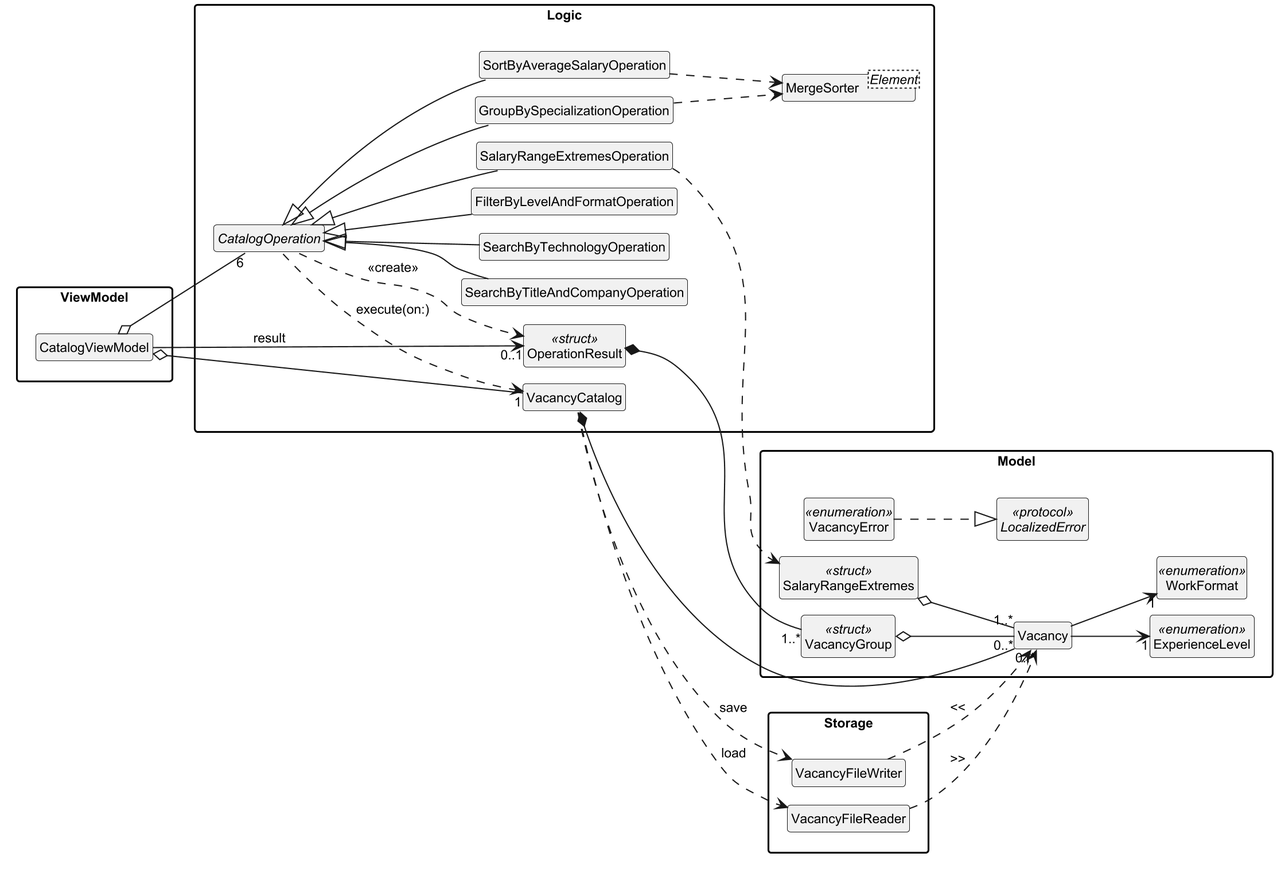
The PlantUML diagram docs/uml/2-classes/1-overview.png in goosedum/kursova-1, before a commit.
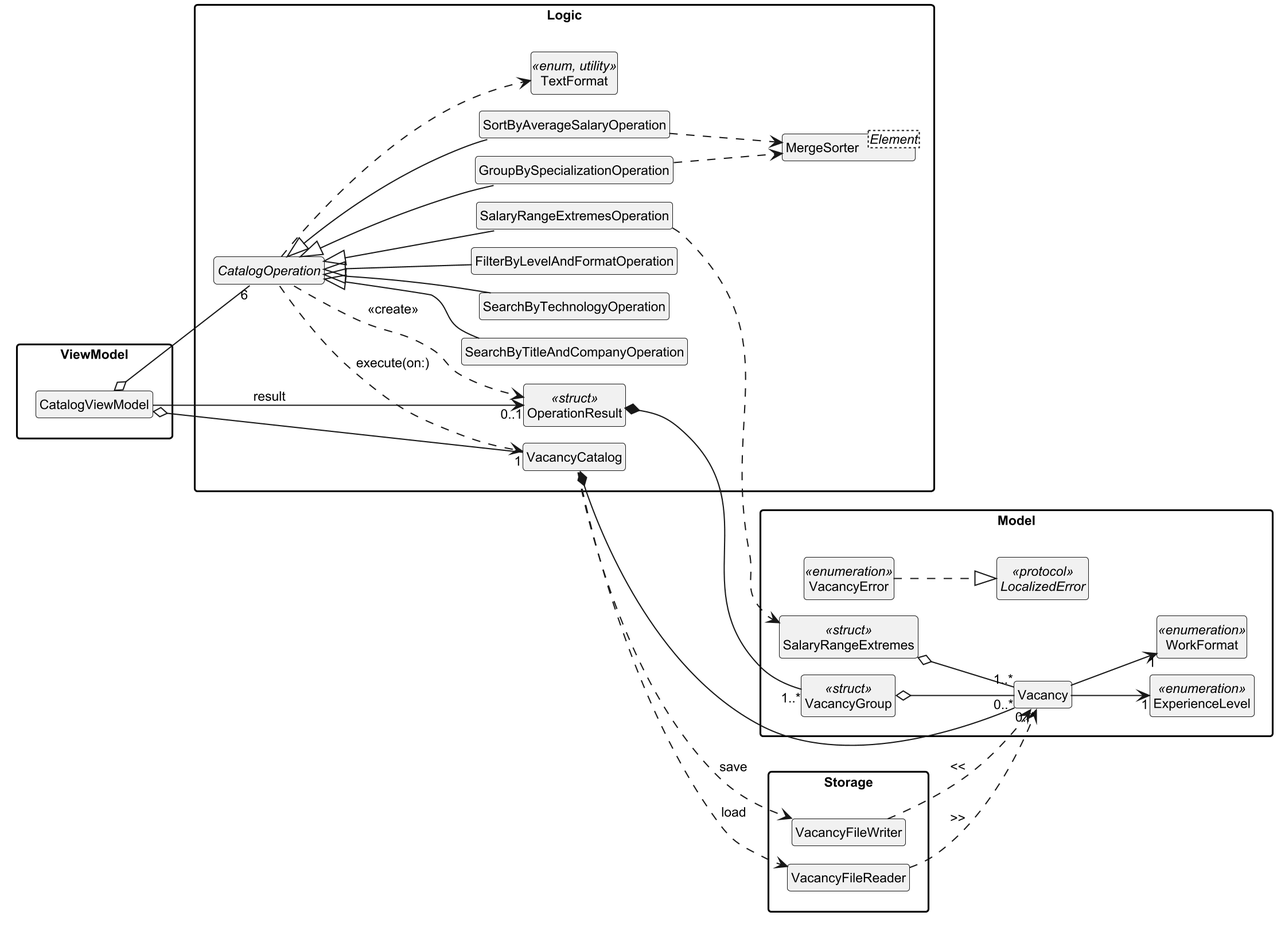
Above is the later version.

Diff of the diagram source:
```diff
@@ -33,6 +33,7 @@
 SortByAverageSalaryOperation ..> MergeSorter
 GroupBySpecializationOperation ..> MergeSorter
 SalaryRangeExtremesOperation ..> SalaryRangeExtremes
+CatalogOperation ..> TextFormat
 OperationResult *-- "1..*" VacancyGroup
 
 CatalogViewModel o-- "1" VacancyCatalog
```
